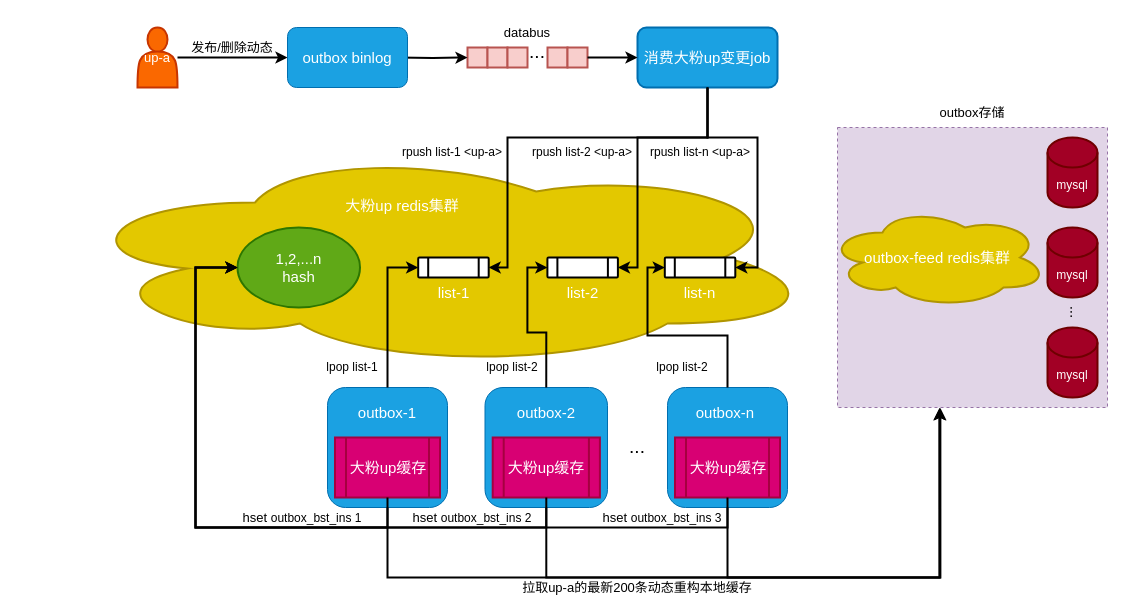
Before: 常驻缓存异步通知.drawio in smartcharles/tech_draw, a draw.io diagram. Source tidied: cells renumbered, new cells numbered last; positions are measured from the earlier drawing's top-left corner, leaving out a move shared by most shapes. Both pictures are drawn from the tidied source at 100%, with x=0, y=0 at pixel (67, 17).
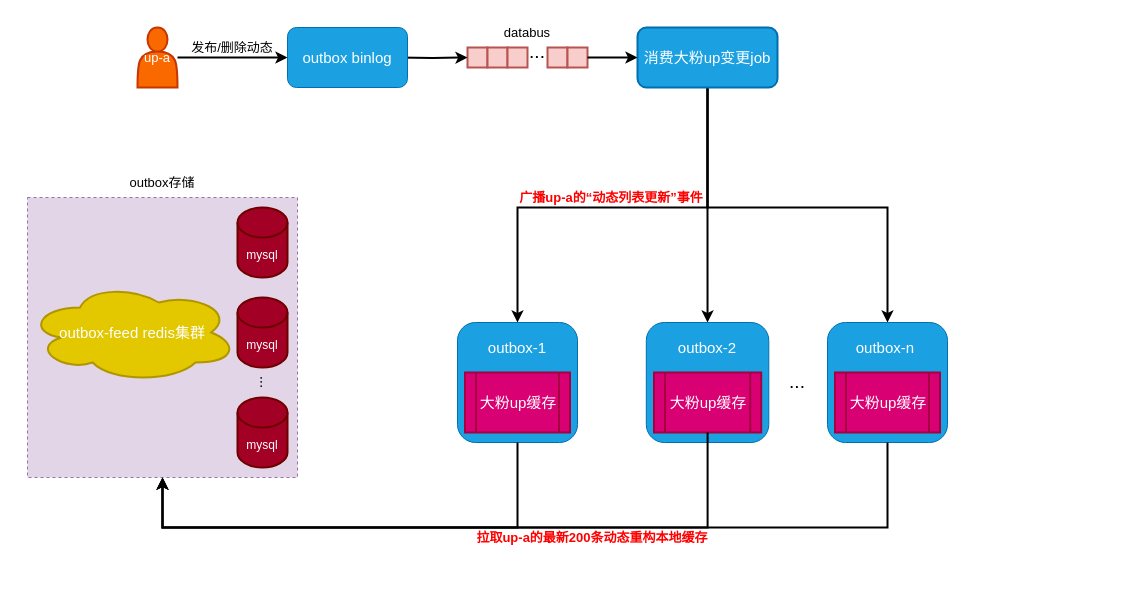
After the change.

Commit message:
更新常驻缓存异步通知.drawio

The change refers to these unchanged cells:
```xml
<mxCell id="12" value="&lt;font style=&quot;font-size: 15px;&quot;&gt;消费大粉up变更job&lt;/font&gt;" style="rounded=1;whiteSpace=wrap;html=1;strokeWidth=2;fillColor=#1ba1e2;fontColor=#ffffff;strokeColor=#006EAF;" parent="1" vertex="1">
  <mxGeometry x="570" y="10" width="140" height="60" as="geometry" />
</mxCell>
<mxCell id="18" style="rounded=1;whiteSpace=wrap;html=1;fillColor=#1ba1e2;fontColor=#ffffff;strokeColor=#006EAF;" parent="17" vertex="1">
  <mxGeometry width="120" height="120" as="geometry" />
</mxCell>
<mxCell id="22" style="rounded=1;whiteSpace=wrap;html=1;fillColor=#1ba1e2;fontColor=#ffffff;strokeColor=#006EAF;" parent="21" vertex="1">
  <mxGeometry width="122.5" height="120" as="geometry" />
</mxCell>
<mxCell id="23" value="&lt;span style=&quot;font-size: 15px;&quot;&gt;大粉up缓存&lt;/span&gt;" style="shape=process;whiteSpace=wrap;html=1;backgroundOutline=1;strokeWidth=2;fillColor=#d80073;fontColor=#ffffff;strokeColor=#A50040;" parent="21" vertex="1">
  <mxGeometry x="7.7" y="50" width="107.2" height="60" as="geometry" />
</mxCell>
<mxCell id="26" style="rounded=1;whiteSpace=wrap;html=1;fillColor=#1ba1e2;fontColor=#ffffff;strokeColor=#006EAF;" parent="25" vertex="1">
  <mxGeometry width="120" height="120" as="geometry" />
</mxCell>
<mxCell id="27" value="&lt;span style=&quot;font-size: 15px;&quot;&gt;大粉up缓存&lt;/span&gt;" style="shape=process;whiteSpace=wrap;html=1;backgroundOutline=1;strokeWidth=2;fillColor=#d80073;fontColor=#ffffff;strokeColor=#A50040;" parent="25" vertex="1">
  <mxGeometry x="7.5" y="50" width="105" height="60" as="geometry" />
</mxCell>
<mxCell id="33" style="rounded=0;whiteSpace=wrap;html=1;dashed=1;fillColor=#e1d5e7;strokeColor=#9673a6;" parent="32" vertex="1">
  <mxGeometry x="10" y="30" width="270" height="280" as="geometry" />
</mxCell>
```

Change to the diagram source:
```diff
@@
-    <mxCell id="2" style="ellipse;shape=cloud;whiteSpace=wrap;html=1;strokeWidth=2;fillColor=#e3c800;fontColor=#000000;strokeColor=#B09500;" parent="1" vertex="1">
-      <mxGeometry y="130" width="750" height="220" as="geometry" />
-    </mxCell>
@@
+    <mxCell id="66" style="edgeStyle=orthogonalEdgeStyle;rounded=0;jettySize=auto;html=1;exitX=0.5;exitY=1;exitDx=0;exitDy=0;entryX=0.5;entryY=0;entryDx=0;entryDy=0;strokeWidth=2;" parent="1" edge="1" source="12" target="18">
+      <mxGeometry relative="1" as="geometry">
+        <Array as="points">
+          <mxPoint x="640" y="190" />
+          <mxPoint x="450" y="190" />
+        </Array>
+      </mxGeometry>
+    </mxCell>
+    <mxCell id="67" style="edgeStyle=orthogonalEdgeStyle;rounded=0;jettySize=auto;html=1;entryX=0.5;entryY=0;entryDx=0;entryDy=0;strokeWidth=2;" parent="1" edge="1" source="12" target="22">
+      <mxGeometry relative="1" as="geometry" />
+    </mxCell>
+    <mxCell id="68" style="edgeStyle=orthogonalEdgeStyle;rounded=0;jettySize=auto;html=1;entryX=0.5;entryY=0;entryDx=0;entryDy=0;strokeWidth=2;" parent="1" edge="1" source="12" target="26">
+      <mxGeometry relative="1" as="geometry">
+        <Array as="points">
+          <mxPoint x="640" y="190" />
+          <mxPoint x="820" y="190" />
+        </Array>
+      </mxGeometry>
+    </mxCell>
@@
-    <mxCell id="14" style="edgeStyle=orthogonalEdgeStyle;rounded=0;jettySize=auto;html=1;entryX=1;entryY=0.5;entryDx=0;entryDy=0;strokeWidth=2;" parent="1" edge="1" source="12" target="44">
-      <mxGeometry relative="1" as="geometry">
-        <Array as="points">
-          <mxPoint x="640" y="120" />
-          <mxPoint x="440" y="120" />
-          <mxPoint x="440" y="250" />
-        </Array>
-      </mxGeometry>
-    </mxCell>
-    <mxCell id="15" style="edgeStyle=orthogonalEdgeStyle;rounded=0;jettySize=auto;html=1;entryX=1;entryY=0.5;entryDx=0;entryDy=0;strokeWidth=2;" parent="1" edge="1" source="12" target="45">
-      <mxGeometry relative="1" as="geometry">
-        <Array as="points">
-          <mxPoint x="640" y="120" />
-          <mxPoint x="570" y="120" />
-          <mxPoint x="570" y="250" />
-        </Array>
-      </mxGeometry>
-    </mxCell>
-    <mxCell id="16" style="edgeStyle=orthogonalEdgeStyle;rounded=0;jettySize=auto;html=1;entryX=1;entryY=0.5;entryDx=0;entryDy=0;strokeWidth=2;" parent="1" edge="1" source="12" target="46">
-      <mxGeometry relative="1" as="geometry">
-        <Array as="points">
-          <mxPoint x="640" y="120" />
-          <mxPoint x="690" y="120" />
-          <mxPoint x="690" y="250" />
-        </Array>
-      </mxGeometry>
-    </mxCell>
     <mxCell id="17" style="group;" parent="1" vertex="1">
-      <mxGeometry x="260" y="370" width="120" height="120" as="geometry" />
+      <mxGeometry x="390" y="305" width="120" height="120" as="geometry" />
     </mxCell>
@@
     <mxCell id="21" style="group;" parent="1" vertex="1">
-      <mxGeometry x="417.5" y="370" width="122.5" height="120" as="geometry" />
+      <mxGeometry x="578.8" y="305" width="122.5" height="120" as="geometry" />
     </mxCell>
@@
     <mxCell id="25" style="group;" parent="1" vertex="1">
-      <mxGeometry x="600" y="370" width="120" height="120" as="geometry" />
+      <mxGeometry x="760" y="305" width="120" height="120" as="geometry" />
     </mxCell>
@@
-    <mxCell id="29" style="edgeStyle=orthogonalEdgeStyle;rounded=0;jettySize=auto;html=1;entryX=0;entryY=0.5;entryDx=0;entryDy=0;strokeWidth=2;exitX=0.5;exitY=0;exitDx=0;exitDy=0;" parent="1" edge="1" source="26" target="46">
-      <mxGeometry relative="1" as="geometry">
-        <Array as="points">
-          <mxPoint x="660" y="318" />
-          <mxPoint x="580" y="318" />
-          <mxPoint x="580" y="250" />
-        </Array>
-      </mxGeometry>
-    </mxCell>
-    <mxCell id="30" style="edgeStyle=orthogonalEdgeStyle;rounded=0;jettySize=auto;html=1;exitX=0.5;exitY=0;exitDx=0;exitDy=0;entryX=0;entryY=0.5;entryDx=0;entryDy=0;strokeWidth=2;" parent="1" edge="1" source="22" target="45">
-      <mxGeometry relative="1" as="geometry" />
-    </mxCell>
-    <mxCell id="31" style="edgeStyle=orthogonalEdgeStyle;rounded=0;jettySize=auto;html=1;exitX=0.5;exitY=0;exitDx=0;exitDy=0;entryX=0;entryY=0.5;entryDx=0;entryDy=0;strokeWidth=2;" parent="1" edge="1" source="18" target="44">
-      <mxGeometry relative="1" as="geometry" />
-    </mxCell>
     <mxCell id="32" style="group;" parent="1" vertex="1">
-      <mxGeometry x="760" y="80" width="280" height="310" as="geometry" />
+      <mxGeometry x="-50" y="150" width="280" height="310" as="geometry" />
     </mxCell>
@@
     <mxCell id="34" value="&lt;font color=&quot;#ffffff&quot; style=&quot;font-size: 15px;&quot;&gt;outbox-feed redis集群&lt;/font&gt;" style="ellipse;shape=cloud;whiteSpace=wrap;html=1;strokeWidth=2;fillColor=#e3c800;strokeColor=#B09500;fontColor=#000000;" parent="32" vertex="1">
-      <mxGeometry y="110" width="220" height="100" as="geometry" />
+      <mxGeometry x="10" y="115" width="210" height="100" as="geometry" />
     </mxCell>
@@
-    <mxCell id="40" style="edgeStyle=orthogonalEdgeStyle;rounded=0;jettySize=auto;html=1;entryX=0.378;entryY=1.002;entryDx=0;entryDy=0;entryPerimeter=0;strokeWidth=2;" parent="1" edge="1" source="18" target="33">
-      <mxGeometry relative="1" as="geometry">
-        <Array as="points">
-          <mxPoint x="320" y="560" />
-          <mxPoint x="872" y="560" />
-        </Array>
-      </mxGeometry>
-    </mxCell>
     <mxCell id="41" value="&lt;font style=&quot;font-size: 19px;&quot;&gt;...&lt;/font&gt;" style="text;strokeColor=none;align=center;fillColor=none;html=1;verticalAlign=middle;whiteSpace=wrap;rounded=0;" parent="1" vertex="1">
-      <mxGeometry x="550" y="415" width="40" height="30" as="geometry" />
+      <mxGeometry x="710" y="350" width="40" height="30" as="geometry" />
     </mxCell>
-    <mxCell id="42" style="edgeStyle=orthogonalEdgeStyle;rounded=0;jettySize=auto;html=1;entryX=0.378;entryY=1.002;entryDx=0;entryDy=0;entryPerimeter=0;strokeWidth=2;" parent="1" edge="1" source="22" target="33">
-      <mxGeometry relative="1" as="geometry">
-        <Array as="points">
-          <mxPoint x="479" y="560" />
-          <mxPoint x="872" y="560" />
-        </Array>
-      </mxGeometry>
-    </mxCell>
-    <mxCell id="43" style="edgeStyle=orthogonalEdgeStyle;rounded=0;jettySize=auto;html=1;entryX=0.381;entryY=1.002;entryDx=0;entryDy=0;entryPerimeter=0;strokeWidth=2;" parent="1" edge="1" source="26" target="33">
-      <mxGeometry relative="1" as="geometry">
-        <Array as="points">
-          <mxPoint x="660" y="560" />
-          <mxPoint x="873" y="560" />
-        </Array>
-      </mxGeometry>
-    </mxCell>
-    <mxCell id="44" value="&lt;font style=&quot;font-size: 15px;&quot; color=&quot;#ffffff&quot;&gt;list-1&lt;/font&gt;" style="verticalLabelPosition=bottom;verticalAlign=top;html=1;shape=process;whiteSpace=wrap;rounded=1;size=0.14;arcSize=6;strokeWidth=2;" parent="1" vertex="1">
-      <mxGeometry x="350.7" y="240" width="70.5" height="20" as="geometry" />
-    </mxCell>
-    <mxCell id="45" value="&lt;font style=&quot;font-size: 15px;&quot; color=&quot;#ffffff&quot;&gt;list-2&lt;/font&gt;" style="verticalLabelPosition=bottom;verticalAlign=top;html=1;shape=process;whiteSpace=wrap;rounded=1;size=0.14;arcSize=6;strokeWidth=2;" parent="1" vertex="1">
-      <mxGeometry x="479.9" y="240" width="70.5" height="20" as="geometry" />
-    </mxCell>
-    <mxCell id="46" value="&lt;font style=&quot;font-size: 15px;&quot; color=&quot;#ffffff&quot;&gt;list-n&lt;/font&gt;" style="verticalLabelPosition=bottom;verticalAlign=top;html=1;shape=process;whiteSpace=wrap;rounded=1;size=0.14;arcSize=6;strokeWidth=2;" parent="1" vertex="1">
-      <mxGeometry x="597.3" y="240" width="70.5" height="20" as="geometry" />
-    </mxCell>
-    <mxCell id="47" value="rpush list-1 &amp;lt;up-a&amp;gt;" style="text;strokeColor=none;align=center;fillColor=none;html=1;verticalAlign=middle;whiteSpace=wrap;rounded=0;" parent="1" vertex="1">
-      <mxGeometry x="330" y="120" width="110" height="30" as="geometry" />
-    </mxCell>
-    <mxCell id="48" value="lpop list-1" style="text;strokeColor=none;align=center;fillColor=none;html=1;verticalAlign=middle;whiteSpace=wrap;rounded=0;" parent="1" vertex="1">
-      <mxGeometry x="230" y="335" width="110" height="30" as="geometry" />
-    </mxCell>
-    <mxCell id="49" value="rpush list-2 &amp;lt;up-a&amp;gt;" style="text;strokeColor=none;align=center;fillColor=none;html=1;verticalAlign=middle;whiteSpace=wrap;rounded=0;" parent="1" vertex="1">
-      <mxGeometry x="460" y="120" width="110" height="30" as="geometry" />
-    </mxCell>
-    <mxCell id="50" value="rpush list-n &amp;lt;up-a&amp;gt;" style="text;strokeColor=none;align=center;fillColor=none;html=1;verticalAlign=middle;whiteSpace=wrap;rounded=0;" parent="1" vertex="1">
-      <mxGeometry x="577.6" y="120" width="110" height="30" as="geometry" />
-    </mxCell>
-    <mxCell id="51" value="lpop list-2" style="text;strokeColor=none;align=center;fillColor=none;html=1;verticalAlign=middle;whiteSpace=wrap;rounded=0;" parent="1" vertex="1">
-      <mxGeometry x="390" y="335" width="110" height="30" as="geometry" />
-    </mxCell>
-    <mxCell id="52" value="lpop list-2" style="text;strokeColor=none;align=center;fillColor=none;html=1;verticalAlign=middle;whiteSpace=wrap;rounded=0;" parent="1" vertex="1">
-      <mxGeometry x="560" y="335" width="110" height="30" as="geometry" />
-    </mxCell>
-    <mxCell id="53" value="&lt;font style=&quot;font-size: 13px;&quot;&gt;拉取up-a的最新200条动态重构本地缓存&lt;/font&gt;" style="text;strokeColor=none;align=center;fillColor=none;html=1;verticalAlign=middle;whiteSpace=wrap;rounded=0;" parent="1" vertex="1">
-      <mxGeometry x="445" y="560" width="250" height="20" as="geometry" />
+    <mxCell id="53" value="&lt;font color=&quot;#ff0000&quot; style=&quot;font-size: 13px;&quot;&gt;&lt;b&gt;拉取up-a的最新200条动态重构本地缓存&lt;/b&gt;&lt;/font&gt;" style="text;strokeColor=none;align=center;fillColor=none;html=1;verticalAlign=middle;whiteSpace=wrap;rounded=0;" parent="1" vertex="1">
+      <mxGeometry x="400" y="510" width="250" height="20" as="geometry" />
     </mxCell>
@@
-    <mxCell id="57" value="&lt;font color=&quot;#ffffff&quot; style=&quot;font-size: 15px;&quot;&gt;大粉up redis集群&lt;/font&gt;" style="text;strokeColor=none;align=center;fillColor=none;html=1;verticalAlign=middle;whiteSpace=wrap;rounded=0;" parent="1" vertex="1">
-      <mxGeometry x="260" y="170" width="150" height="35" as="geometry" />
-    </mxCell>
@@
-    <mxCell id="59" value="&lt;font style=&quot;font-size: 15px;&quot;&gt;1,2,...n&lt;br&gt;hash&lt;br&gt;&lt;/font&gt;" style="ellipse;whiteSpace=wrap;html=1;strokeWidth=2;fillColor=#60a917;fontColor=#ffffff;strokeColor=#2D7600;" parent="1" vertex="1">
-      <mxGeometry x="170" y="210" width="122.5" height="80" as="geometry" />
-    </mxCell>
-    <mxCell id="60" style="edgeStyle=orthogonalEdgeStyle;rounded=0;jettySize=auto;html=1;entryX=0;entryY=0.5;entryDx=0;entryDy=0;strokeWidth=2;" parent="1" edge="1" target="59">
-      <mxGeometry relative="1" as="geometry">
-        <mxPoint x="320" y="480" as="sourcePoint" />
-        <Array as="points">
-          <mxPoint x="320" y="510" />
-          <mxPoint x="128" y="510" />
-          <mxPoint x="128" y="250" />
-        </Array>
-      </mxGeometry>
-    </mxCell>
-    <mxCell id="61" style="edgeStyle=orthogonalEdgeStyle;rounded=0;jettySize=auto;html=1;entryX=0;entryY=0.5;entryDx=0;entryDy=0;strokeWidth=2;" parent="1" edge="1" source="23" target="59">
-      <mxGeometry relative="1" as="geometry">
-        <Array as="points">
-          <mxPoint x="479" y="510" />
-          <mxPoint x="128" y="510" />
-          <mxPoint x="128" y="250" />
-        </Array>
-      </mxGeometry>
-    </mxCell>
-    <mxCell id="62" style="edgeStyle=orthogonalEdgeStyle;rounded=0;jettySize=auto;html=1;entryX=0;entryY=0.5;entryDx=0;entryDy=0;strokeWidth=2;" parent="1" edge="1" source="27" target="59">
-      <mxGeometry relative="1" as="geometry">
-        <Array as="points">
-          <mxPoint x="660" y="510" />
-          <mxPoint x="128" y="510" />
-          <mxPoint x="128" y="250" />
-        </Array>
-      </mxGeometry>
-    </mxCell>
-    <mxCell id="63" value="&lt;font style=&quot;font-size: 13px;&quot;&gt;hset&amp;nbsp;&lt;/font&gt;outbox_bst_ins 1" style="text;strokeColor=none;align=center;fillColor=none;html=1;verticalAlign=middle;whiteSpace=wrap;rounded=0;" parent="1" vertex="1">
-      <mxGeometry x="110" y="490" width="250" height="20" as="geometry" />
-    </mxCell>
-    <mxCell id="64" value="&lt;font style=&quot;font-size: 13px;&quot;&gt;hset&amp;nbsp;&lt;/font&gt;outbox_bst_ins 2" style="text;strokeColor=none;align=center;fillColor=none;html=1;verticalAlign=middle;whiteSpace=wrap;rounded=0;" parent="1" vertex="1">
-      <mxGeometry x="280" y="490" width="250" height="20" as="geometry" />
-    </mxCell>
-    <mxCell id="65" value="&lt;font style=&quot;font-size: 13px;&quot;&gt;hset&amp;nbsp;&lt;/font&gt;outbox_bst_ins 3" style="text;strokeColor=none;align=center;fillColor=none;html=1;verticalAlign=middle;whiteSpace=wrap;rounded=0;" parent="1" vertex="1">
-      <mxGeometry x="470" y="490" width="250" height="20" as="geometry" />
-    </mxCell>
+    <mxCell id="40" style="edgeStyle=orthogonalEdgeStyle;rounded=0;jettySize=auto;html=1;entryX=0.5;entryY=1;entryDx=0;entryDy=0;strokeWidth=2;" parent="1" edge="1" source="18" target="33">
+      <mxGeometry relative="1" as="geometry">
+        <Array as="points">
+          <mxPoint x="450" y="510" />
+          <mxPoint x="95" y="510" />
+        </Array>
+      </mxGeometry>
+    </mxCell>
+    <mxCell id="69" style="edgeStyle=orthogonalEdgeStyle;rounded=0;jettySize=auto;html=1;entryX=0.5;entryY=1;entryDx=0;entryDy=0;strokeWidth=2;" parent="1" edge="1" source="23" target="33">
+      <mxGeometry relative="1" as="geometry">
+        <Array as="points">
+          <mxPoint x="640" y="510" />
+          <mxPoint x="95" y="510" />
+        </Array>
+      </mxGeometry>
+    </mxCell>
+    <mxCell id="43" style="edgeStyle=orthogonalEdgeStyle;rounded=0;jettySize=auto;html=1;entryX=0.5;entryY=1;entryDx=0;entryDy=0;strokeWidth=2;" parent="1" edge="1" source="26" target="33">
+      <mxGeometry relative="1" as="geometry">
+        <Array as="points">
+          <mxPoint x="820" y="510" />
+          <mxPoint x="95" y="510" />
+        </Array>
+      </mxGeometry>
+    </mxCell>
+    <mxCell id="70" value="&lt;font color=&quot;#ff0000&quot; style=&quot;font-size: 13px;&quot;&gt;&lt;b&gt;广播up-a的“动态列表更新”事件&lt;/b&gt;&lt;/font&gt;" style="text;strokeColor=none;align=center;fillColor=none;html=1;verticalAlign=middle;whiteSpace=wrap;rounded=0;" parent="1" vertex="1">
+      <mxGeometry x="419" y="170" width="250" height="20" as="geometry" />
+    </mxCell>
```
